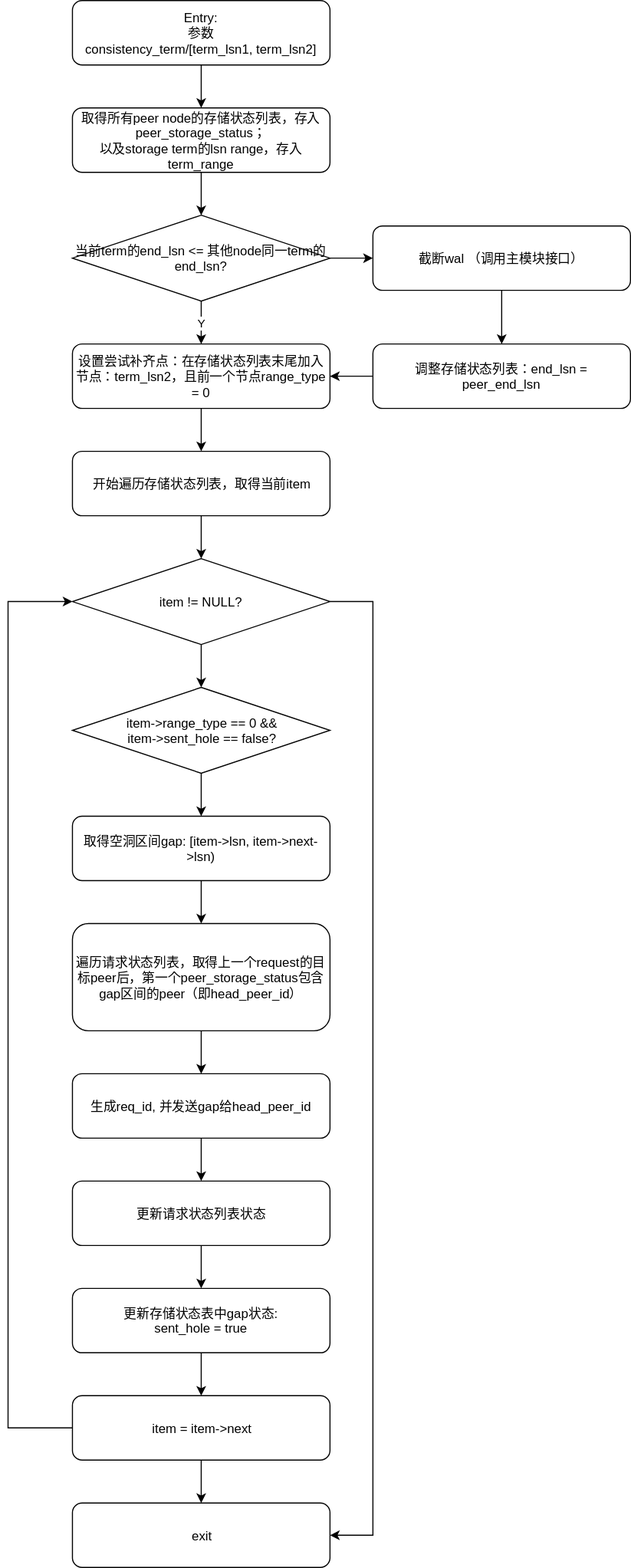
Before: attachments/1629428465960.drawio.svg, a diagram exported from draw.io (simbahebinbo/smallfat.github.io). Source tidied: cells renumbered, new cells last; positions are measured from the earlier drawing's top-left corner, leaving out a move shared by most shapes.
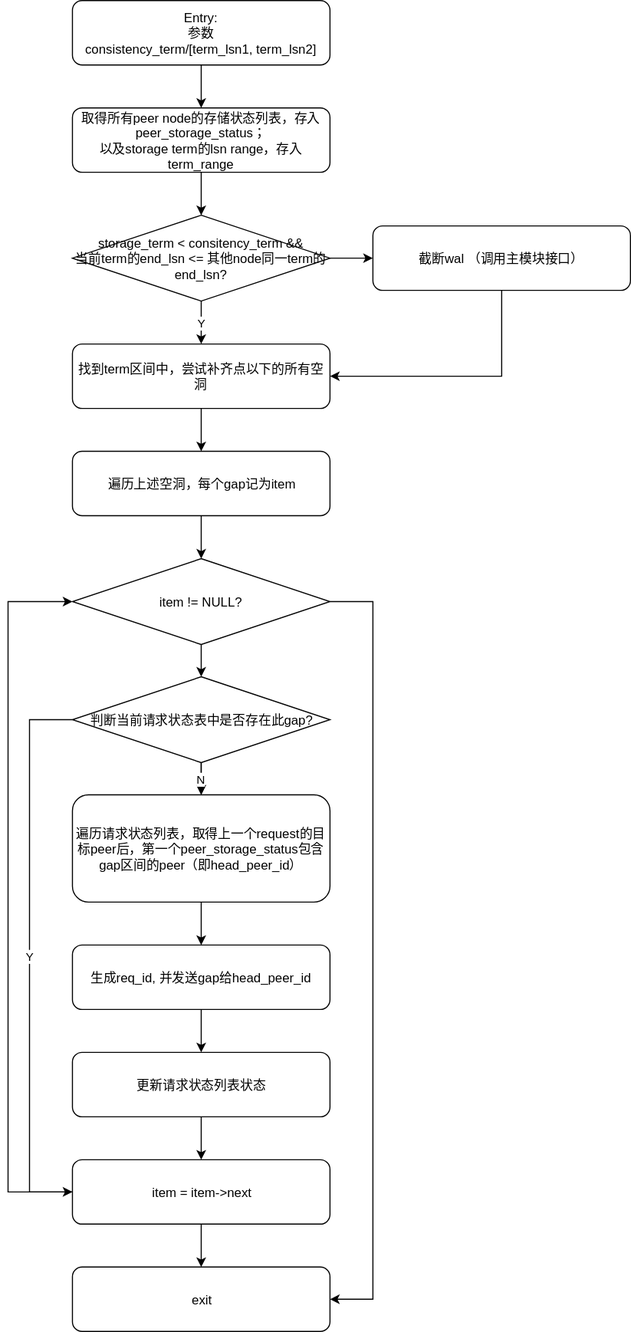
After the commit.

Commit message:
添加附件 : attachments/1629428465960.drawio.svg

What changed in the source:
```diff
@@ -2,119 +2,114 @@
   <root>
     <mxCell id="0" />
     <mxCell id="1" parent="0" />
-    <mxCell id="2" style="edgeStyle=orthogonalEdgeStyle;rounded=0;jettySize=auto;html=1;" parent="1" edge="1" source="3" target="29">
-      <mxGeometry relative="1" as="geometry" />
-    </mxCell>
+    <mxCell id="36" style="edgeStyle=orthogonalEdgeStyle;rounded=0;jettySize=auto;html=1;" parent="1" edge="1" source="3" target="25">
+      <mxGeometry relative="1" as="geometry" />
+    </mxCell>
     <mxCell id="3" value="取得所有peer node的存储状态列表，存入peer_storage_status；&lt;br&gt;以及storage term的lsn range，存入term_range" style="rounded=1;whiteSpace=wrap;html=1;" parent="1" vertex="1">
       <mxGeometry x="60" y="100" width="240" height="60" as="geometry" />
     </mxCell>
-    <mxCell id="4" style="edgeStyle=orthogonalEdgeStyle;rounded=0;jettySize=auto;html=1;" parent="1" edge="1" source="5" target="14">
+    <mxCell id="4" style="edgeStyle=orthogonalEdgeStyle;rounded=0;jettySize=auto;html=1;" parent="1" edge="1" source="5" target="12">
       <mxGeometry relative="1" as="geometry" />
     </mxCell>
-    <mxCell id="5" value="开始遍历存储状态列表，取得当前item" style="rounded=1;whiteSpace=wrap;html=1;" parent="1" vertex="1">
+    <mxCell id="5" value="遍历上述空洞，每个gap记为item" style="rounded=1;whiteSpace=wrap;html=1;" parent="1" vertex="1">
       <mxGeometry x="60" y="420" width="240" height="60" as="geometry" />
     </mxCell>
-    <mxCell id="6" style="edgeStyle=orthogonalEdgeStyle;rounded=0;jettySize=auto;html=1;" parent="1" edge="1" source="7" target="9">
-      <mxGeometry relative="1" as="geometry" />
+    <mxCell id="6" style="edgeStyle=orthogonalEdgeStyle;rounded=0;jettySize=auto;html=1;" parent="1" edge="1" target="17">
+      <mxGeometry relative="1" as="geometry">
+        <mxPoint x="180" y="700" as="sourcePoint" />
+      </mxGeometry>
     </mxCell>
-    <mxCell id="7" value="item-&amp;gt;range_type == 0 &amp;amp;&amp;amp;&lt;br&gt;item-&amp;gt;sent_hole == false?" style="rhombus;whiteSpace=wrap;html=1;" parent="1" vertex="1">
-      <mxGeometry x="60" y="640" width="240" height="80" as="geometry" />
-    </mxCell>
-    <mxCell id="8" style="edgeStyle=orthogonalEdgeStyle;rounded=0;jettySize=auto;html=1;" parent="1" edge="1" source="9" target="19">
-      <mxGeometry relative="1" as="geometry" />
-    </mxCell>
-    <mxCell id="9" value="取得空洞区间gap: [item-&amp;gt;lsn, item-&amp;gt;next-&amp;gt;lsn)" style="rounded=1;whiteSpace=wrap;html=1;" parent="1" vertex="1">
-      <mxGeometry x="60" y="760" width="240" height="60" as="geometry" />
+    <mxCell id="9" value="更新请求状态列表状态" style="rounded=1;whiteSpace=wrap;html=1;" parent="1" vertex="1">
+      <mxGeometry x="60" y="980" width="240" height="60" as="geometry" />
     </mxCell>
-    <mxCell id="10" style="edgeStyle=orthogonalEdgeStyle;rounded=0;jettySize=auto;html=1;" parent="1" edge="1" source="11" target="23">
-      <mxGeometry relative="1" as="geometry" />
-    </mxCell>
-    <mxCell id="11" value="更新请求状态列表状态" style="rounded=1;whiteSpace=wrap;html=1;" parent="1" vertex="1">
-      <mxGeometry x="60" y="1100" width="240" height="60" as="geometry" />
+    <mxCell id="11" style="edgeStyle=orthogonalEdgeStyle;rounded=0;jettySize=auto;html=1;exitX=1;exitY=0.5;exitDx=0;exitDy=0;entryX=1;entryY=0.5;entryDx=0;entryDy=0;" parent="1" edge="1" source="12" target="15">
+      <mxGeometry relative="1" as="geometry">
+        <Array as="points">
+          <mxPoint x="340" y="560" />
+          <mxPoint x="340" y="1210" />
+        </Array>
+      </mxGeometry>
     </mxCell>
+    <mxCell id="30" style="edgeStyle=orthogonalEdgeStyle;rounded=0;jettySize=auto;html=1;" parent="1" edge="1" source="12" target="34">
+      <mxGeometry relative="1" as="geometry" />
+    </mxCell>
-    <mxCell id="12" style="edgeStyle=orthogonalEdgeStyle;rounded=0;jettySize=auto;html=1;" parent="1" edge="1" source="14">
-      <mxGeometry relative="1" as="geometry">
-        <mxPoint x="180" y="640" as="targetPoint" />
-      </mxGeometry>
+    <mxCell id="12" value="item != NULL?" style="rhombus;whiteSpace=wrap;html=1;" parent="1" vertex="1">
+      <mxGeometry x="60" y="520" width="240" height="80" as="geometry" />
     </mxCell>
-    <mxCell id="13" style="edgeStyle=orthogonalEdgeStyle;rounded=0;jettySize=auto;html=1;exitX=1;exitY=0.5;exitDx=0;exitDy=0;entryX=1;entryY=0.5;entryDx=0;entryDy=0;" parent="1" edge="1" source="14" target="17">
-      <mxGeometry relative="1" as="geometry">
-        <Array as="points">
-          <mxPoint x="340" y="560" />
-          <mxPoint x="340" y="1430" />
-        </Array>
-      </mxGeometry>
+    <mxCell id="13" style="edgeStyle=orthogonalEdgeStyle;rounded=0;jettySize=auto;html=1;" parent="1" edge="1" source="14" target="15">
+      <mxGeometry relative="1" as="geometry" />
     </mxCell>
-    <mxCell id="14" value="item != NULL?" style="rhombus;whiteSpace=wrap;html=1;" parent="1" vertex="1">
-      <mxGeometry x="60" y="520" width="240" height="80" as="geometry" />
+    <mxCell id="14" value="item = item-&amp;gt;next" style="rounded=1;whiteSpace=wrap;html=1;" parent="1" vertex="1">
+      <mxGeometry x="60" y="1080" width="240" height="60" as="geometry" />
     </mxCell>
-    <mxCell id="15" style="edgeStyle=orthogonalEdgeStyle;rounded=0;jettySize=auto;html=1;" parent="1" edge="1" source="16" target="17">
-      <mxGeometry relative="1" as="geometry" />
+    <mxCell id="15" value="exit" style="rounded=1;whiteSpace=wrap;html=1;" parent="1" vertex="1">
+      <mxGeometry x="60" y="1180" width="240" height="60" as="geometry" />
     </mxCell>
-    <mxCell id="16" value="item = item-&amp;gt;next" style="rounded=1;whiteSpace=wrap;html=1;" parent="1" vertex="1">
-      <mxGeometry x="60" y="1300" width="240" height="60" as="geometry" />
+    <mxCell id="16" style="edgeStyle=orthogonalEdgeStyle;rounded=0;jettySize=auto;html=1;" parent="1" edge="1" source="17" target="19">
+      <mxGeometry relative="1" as="geometry" />
     </mxCell>
-    <mxCell id="17" value="exit" style="rounded=1;whiteSpace=wrap;html=1;" parent="1" vertex="1">
-      <mxGeometry x="60" y="1400" width="240" height="60" as="geometry" />
+    <mxCell id="17" value="遍历请求状态列表，取得上一个request的目标peer后，第一个peer_storage_status包含gap区间的peer（即head_peer_id）" style="rounded=1;whiteSpace=wrap;html=1;" parent="1" vertex="1">
+      <mxGeometry x="60" y="740" width="240" height="100" as="geometry" />
     </mxCell>
-    <mxCell id="18" style="edgeStyle=orthogonalEdgeStyle;rounded=0;jettySize=auto;html=1;" parent="1" edge="1" source="19" target="21">
+    <mxCell id="18" style="edgeStyle=orthogonalEdgeStyle;rounded=0;jettySize=auto;html=1;" parent="1" edge="1" source="19" target="9">
       <mxGeometry relative="1" as="geometry" />
     </mxCell>
-    <mxCell id="19" value="遍历请求状态列表，取得上一个request的目标peer后，第一个peer_storage_status包含gap区间的peer（即head_peer_id）" style="rounded=1;whiteSpace=wrap;html=1;" parent="1" vertex="1">
-      <mxGeometry x="60" y="860" width="240" height="100" as="geometry" />
+    <mxCell id="19" value="生成req_id, 并发送gap给head_peer_id" style="rounded=1;whiteSpace=wrap;html=1;" parent="1" vertex="1">
+      <mxGeometry x="60" y="880" width="240" height="60" as="geometry" />
     </mxCell>
-    <mxCell id="20" style="edgeStyle=orthogonalEdgeStyle;rounded=0;jettySize=auto;html=1;" parent="1" edge="1" source="21" target="11">
-      <mxGeometry relative="1" as="geometry" />
+    <mxCell id="20" style="edgeStyle=orthogonalEdgeStyle;rounded=0;jettySize=auto;html=1;" parent="1" edge="1" target="14">
+      <mxGeometry relative="1" as="geometry">
+        <mxPoint x="180" y="1040" as="sourcePoint" />
+      </mxGeometry>
     </mxCell>
-    <mxCell id="21" value="生成req_id, 并发送gap给head_peer_id" style="rounded=1;whiteSpace=wrap;html=1;" parent="1" vertex="1">
-      <mxGeometry x="60" y="1000" width="240" height="60" as="geometry" />
-    </mxCell>
-    <mxCell id="22" style="edgeStyle=orthogonalEdgeStyle;rounded=0;jettySize=auto;html=1;" parent="1" edge="1" source="23" target="16">
-      <mxGeometry relative="1" as="geometry" />
+    <mxCell id="22" style="edgeStyle=orthogonalEdgeStyle;rounded=0;jettySize=auto;html=1;exitX=0;exitY=0.5;exitDx=0;exitDy=0;entryX=0;entryY=0.5;entryDx=0;entryDy=0;" parent="1" edge="1" source="14" target="12">
+      <mxGeometry relative="1" as="geometry">
+        <Array as="points">
+          <mxPoint y="1110" />
+          <mxPoint y="560" />
+        </Array>
+      </mxGeometry>
     </mxCell>
-    <mxCell id="23" value="更新存储状态表中gap状态: &lt;br&gt;sent_hole = true" style="rounded=1;whiteSpace=wrap;html=1;" parent="1" vertex="1">
-      <mxGeometry x="60" y="1200" width="240" height="60" as="geometry" />
+    <mxCell id="23" style="edgeStyle=orthogonalEdgeStyle;rounded=0;jettySize=auto;html=1;" parent="1" edge="1" source="24" target="3">
+      <mxGeometry relative="1" as="geometry" />
     </mxCell>
-    <mxCell id="24" style="edgeStyle=orthogonalEdgeStyle;rounded=0;jettySize=auto;html=1;exitX=0;exitY=0.5;exitDx=0;exitDy=0;entryX=0;entryY=0.5;entryDx=0;entryDy=0;" parent="1" edge="1" source="16" target="14">
-      <mxGeometry relative="1" as="geometry">
-        <Array as="points">
-          <mxPoint y="1330" />
-          <mxPoint y="560" />
-        </Array>
-      </mxGeometry>
+    <mxCell id="24" value="Entry: &lt;br&gt;参数 &lt;br&gt;consistency_term/[term_lsn1, term_lsn2]" style="rounded=1;whiteSpace=wrap;html=1;" parent="1" vertex="1">
+      <mxGeometry x="60" width="240" height="60" as="geometry" />
     </mxCell>
+    <mxCell id="37" value="Y" style="edgeStyle=orthogonalEdgeStyle;rounded=0;jettySize=auto;html=1;" parent="1" edge="1" source="25" target="31">
+      <mxGeometry relative="1" as="geometry" />
+    </mxCell>
+    <mxCell id="26" style="edgeStyle=orthogonalEdgeStyle;rounded=0;jettySize=auto;html=1;" parent="1" edge="1" source="25" target="35">
+      <mxGeometry relative="1" as="geometry" />
+    </mxCell>
-    <mxCell id="25" style="edgeStyle=orthogonalEdgeStyle;rounded=0;jettySize=auto;html=1;" parent="1" edge="1" source="26" target="3">
-      <mxGeometry relative="1" as="geometry" />
+    <mxCell id="25" value="storage_term &amp;lt; consitency_term &amp;amp;&amp;amp;&lt;br&gt;当前term的end_lsn &amp;lt;= 其他node同一term的end_lsn?" style="rhombus;whiteSpace=wrap;html=1;" parent="1" vertex="1">
+      <mxGeometry x="60" y="200" width="240" height="80" as="geometry" />
     </mxCell>
-    <mxCell id="26" value="Entry: &lt;br&gt;参数 &lt;br&gt;consistency_term/[term_lsn1, term_lsn2]" style="rounded=1;whiteSpace=wrap;html=1;" parent="1" vertex="1">
-      <mxGeometry x="60" width="240" height="60" as="geometry" />
-    </mxCell>
+    <mxCell id="29" style="edgeStyle=orthogonalEdgeStyle;rounded=0;jettySize=auto;html=1;" parent="1" edge="1" source="31" target="5">
+      <mxGeometry relative="1" as="geometry" />
+    </mxCell>
+    <mxCell id="31" value="找到term区间中，尝试补齐点以下的所有空洞" style="rounded=1;whiteSpace=wrap;html=1;" parent="1" vertex="1">
+      <mxGeometry x="60" y="320" width="240" height="60" as="geometry" />
+    </mxCell>
-    <mxCell id="27" value="Y" style="edgeStyle=orthogonalEdgeStyle;rounded=0;jettySize=auto;html=1;" parent="1" edge="1" source="29" target="31">
+    <mxCell id="27" style="edgeStyle=orthogonalEdgeStyle;rounded=0;jettySize=auto;html=1;exitX=0.5;exitY=1;exitDx=0;exitDy=0;entryX=1;entryY=0.5;entryDx=0;entryDy=0;" parent="1" edge="1" source="35" target="31">
       <mxGeometry relative="1" as="geometry" />
     </mxCell>
-    <mxCell id="28" style="edgeStyle=orthogonalEdgeStyle;rounded=0;jettySize=auto;html=1;" parent="1" edge="1" source="29" target="33">
-      <mxGeometry relative="1" as="geometry" />
-    </mxCell>
-    <mxCell id="29" value="当前term的end_lsn &amp;lt;= 其他node同一term的end_lsn?" style="rhombus;whiteSpace=wrap;html=1;" parent="1" vertex="1">
-      <mxGeometry x="60" y="200" width="240" height="80" as="geometry" />
-    </mxCell>
-    <mxCell id="30" style="edgeStyle=orthogonalEdgeStyle;rounded=0;jettySize=auto;html=1;" parent="1" edge="1" source="31" target="5">
-      <mxGeometry relative="1" as="geometry" />
-    </mxCell>
-    <mxCell id="31" value="设置尝试补齐点：在存储状态列表末尾加入节点：term_lsn2，且前一个节点range_type = 0" style="rounded=1;whiteSpace=wrap;html=1;" parent="1" vertex="1">
-      <mxGeometry x="60" y="320" width="240" height="60" as="geometry" />
-    </mxCell>
-    <mxCell id="32" style="edgeStyle=orthogonalEdgeStyle;rounded=0;jettySize=auto;html=1;" parent="1" edge="1" source="33" target="35">
-      <mxGeometry relative="1" as="geometry" />
-    </mxCell>
-    <mxCell id="33" value="截断wal （调用主模块接口）" style="rounded=1;whiteSpace=wrap;html=1;" parent="1" vertex="1">
-      <mxGeometry x="340" y="210" width="240" height="60" as="geometry" />
-    </mxCell>
+    <mxCell id="35" value="截断wal （调用主模块接口）" style="rounded=1;whiteSpace=wrap;html=1;" parent="1" vertex="1">
+      <mxGeometry x="340" y="210" width="240" height="60" as="geometry" />
+    </mxCell>
+    <mxCell id="38" value="Y" style="edgeStyle=orthogonalEdgeStyle;rounded=0;jettySize=auto;html=1;exitX=0;exitY=0.5;exitDx=0;exitDy=0;entryX=0;entryY=0.5;entryDx=0;entryDy=0;" parent="1" edge="1" source="34" target="14">
+      <mxGeometry relative="1" as="geometry">
+        <Array as="points">
+          <mxPoint x="20" y="670" />
+          <mxPoint x="20" y="1110" />
+        </Array>
+      </mxGeometry>
+    </mxCell>
+    <mxCell id="39" value="N" style="edgeStyle=orthogonalEdgeStyle;rounded=0;jettySize=auto;html=1;" parent="1" edge="1" source="34" target="17">
+      <mxGeometry relative="1" as="geometry" />
+    </mxCell>
-    <mxCell id="34" style="edgeStyle=orthogonalEdgeStyle;rounded=0;jettySize=auto;html=1;" parent="1" edge="1" source="35" target="31">
-      <mxGeometry relative="1" as="geometry" />
+    <mxCell id="34" value="判断当前请求状态表中是否存在此gap?" style="rhombus;whiteSpace=wrap;html=1;" parent="1" vertex="1">
+      <mxGeometry x="60" y="630" width="240" height="80" as="geometry" />
     </mxCell>
-    <mxCell id="35" value="调整存储状态列表：end_lsn = peer_end_lsn" style="rounded=1;whiteSpace=wrap;html=1;" parent="1" vertex="1">
-      <mxGeometry x="340" y="320" width="240" height="60" as="geometry" />
-    </mxCell>
   </root>
 </mxGraphModel>
```
